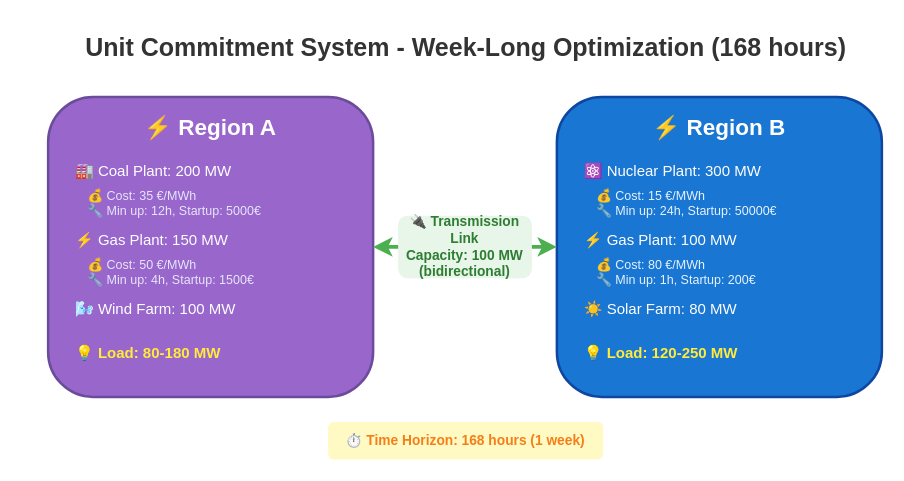
Above: doc/assets/2_Scheme_QSE2_Unit_Com_System.drawio in AntaresSimulatorTeam/GEMS (draw.io), before the change. Source tidied: cells renumbered, new cells numbered last; positions are measured from the earlier drawing's top-left corner, leaving out a move shared by most shapes. Both pictures are drawn from the tidied source at 125%, with x=0, y=0 at pixel (48, 21).
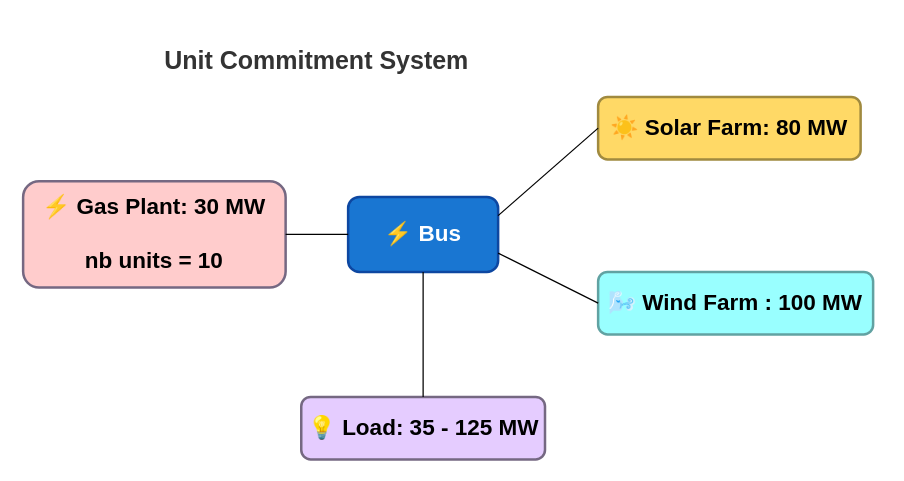
The same diagram, later.

Commit message (it also covers changes not shown here):
change problem definition scheme - use new emoji and color

The edit, as a diff of the source:
```diff
@@
-    <mxCell id="2" style="rounded=1;whiteSpace=wrap;html=1;fillColor=#9966CC;strokeColor=#6B4C9A;strokeWidth=2;fontSize=14;fontColor=#FFFFFF;" parent="1" vertex="1">
-      <mxGeometry y="60" width="260" height="240" as="geometry" />
-    </mxCell>
-    <mxCell id="3" value="⚡ Region A" style="text;html=1;strokeColor=none;fillColor=none;align=center;verticalAlign=middle;whiteSpace=wrap;rounded=0;fontSize=18;fontStyle=1;fontColor=#FFFFFF;" parent="1" vertex="1">
-      <mxGeometry y="70" width="260" height="30" as="geometry" />
-    </mxCell>
-    <mxCell id="4" value="🏭 Coal Plant: 200 MW" style="text;html=1;strokeColor=none;fillColor=none;align=left;verticalAlign=middle;whiteSpace=wrap;rounded=0;fontSize=12;fontColor=#FFFFFF;fontStyle=0;" parent="1" vertex="1">
-      <mxGeometry x="20" y="110" width="220" height="20" as="geometry" />
-    </mxCell>
-    <mxCell id="5" value="💰 Cost: 35 €/MWh&#10;🔧 Min up: 12h, Startup: 5000€" style="text;html=1;strokeColor=none;fillColor=none;align=left;verticalAlign=middle;whiteSpace=wrap;rounded=0;fontSize=10;fontColor=#E6E6FA;" parent="1" vertex="1">
-      <mxGeometry x="30" y="130" width="220" height="30" as="geometry" />
-    </mxCell>
-    <mxCell id="6" value="⚡ Gas Plant: 150 MW" style="text;html=1;strokeColor=none;fillColor=none;align=left;verticalAlign=middle;whiteSpace=wrap;rounded=0;fontSize=12;fontColor=#FFFFFF;fontStyle=0;" parent="1" vertex="1">
-      <mxGeometry x="20" y="165" width="220" height="20" as="geometry" />
-    </mxCell>
-    <mxCell id="7" value="💰 Cost: 50 €/MWh&#10;🔧 Min up: 4h, Startup: 1500€" style="text;html=1;strokeColor=none;fillColor=none;align=left;verticalAlign=middle;whiteSpace=wrap;rounded=0;fontSize=10;fontColor=#E6E6FA;" parent="1" vertex="1">
-      <mxGeometry x="30" y="185" width="220" height="30" as="geometry" />
-    </mxCell>
-    <mxCell id="8" value="🌬️ Wind Farm: 100 MW" style="text;html=1;strokeColor=none;fillColor=none;align=left;verticalAlign=middle;whiteSpace=wrap;rounded=0;fontSize=12;fontColor=#FFFFFF;fontStyle=0;" parent="1" vertex="1">
-      <mxGeometry x="20" y="220" width="220" height="20" as="geometry" />
-    </mxCell>
-    <mxCell id="9" value="💡 Load: 80-180 MW" style="text;html=1;strokeColor=none;fillColor=none;align=left;verticalAlign=middle;whiteSpace=wrap;rounded=0;fontSize=12;fontColor=#FFEB3B;fontStyle=1;" parent="1" vertex="1">
-      <mxGeometry x="20" y="250" width="220" height="30" as="geometry" />
-    </mxCell>
+    <mxCell id="16" value="&lt;b style=&quot;color: rgb(0, 0, 0); font-size: 18px; text-align: left;&quot;&gt;☀️ Solar Farm: 80 MW&lt;/b&gt;" style="rounded=1;whiteSpace=wrap;html=1;fillColor=#FFD966;strokeColor=#A08A3F;strokeWidth=2;fontSize=14;fontColor=#FFFFFF;" parent="1" vertex="1">
+      <mxGeometry x="440" y="60" width="210" height="50" as="geometry" />
+    </mxCell>
-    <mxCell id="10" style="rounded=1;whiteSpace=wrap;html=1;fillColor=#1976D2;strokeColor=#0D47A1;strokeWidth=2;fontSize=14;fontColor=#FFFFFF;" parent="1" vertex="1">
-      <mxGeometry x="407" y="60" width="260" height="240" as="geometry" />
+    <mxCell id="10" value="&lt;span style=&quot;font-size: 18px; font-weight: 700;&quot;&gt;⚡ Bus&lt;/span&gt;" style="rounded=1;whiteSpace=wrap;html=1;fillColor=#1976D2;strokeColor=#0D47A1;strokeWidth=2;fontSize=14;fontColor=#FFFFFF;" parent="1" vertex="1">
+      <mxGeometry x="240" y="140" width="120" height="60" as="geometry" />
     </mxCell>
-    <mxCell id="11" value="⚡ Region B" style="text;html=1;strokeColor=none;fillColor=none;align=center;verticalAlign=middle;whiteSpace=wrap;rounded=0;fontSize=18;fontStyle=1;fontColor=#FFFFFF;" parent="1" vertex="1">
-      <mxGeometry x="407" y="70" width="260" height="30" as="geometry" />
-    </mxCell>
-    <mxCell id="12" value="⚛️ Nuclear Plant: 300 MW" style="text;html=1;strokeColor=none;fillColor=none;align=left;verticalAlign=middle;whiteSpace=wrap;rounded=0;fontSize=12;fontColor=#FFFFFF;fontStyle=0;" parent="1" vertex="1">
-      <mxGeometry x="427" y="110" width="220" height="20" as="geometry" />
-    </mxCell>
-    <mxCell id="13" value="💰 Cost: 15 €/MWh&#10;🔧 Min up: 24h, Startup: 50000€" style="text;html=1;strokeColor=none;fillColor=none;align=left;verticalAlign=middle;whiteSpace=wrap;rounded=0;fontSize=10;fontColor=#E6F3FF;" parent="1" vertex="1">
-      <mxGeometry x="437" y="130" width="220" height="30" as="geometry" />
-    </mxCell>
-    <mxCell id="14" value="⚡ Gas Plant: 100 MW" style="text;html=1;strokeColor=none;fillColor=none;align=left;verticalAlign=middle;whiteSpace=wrap;rounded=0;fontSize=12;fontColor=#FFFFFF;fontStyle=0;" parent="1" vertex="1">
-      <mxGeometry x="427" y="165" width="220" height="20" as="geometry" />
-    </mxCell>
-    <mxCell id="15" value="💰 Cost: 80 €/MWh&#10;🔧 Min up: 1h, Startup: 200€" style="text;html=1;strokeColor=none;fillColor=none;align=left;verticalAlign=middle;whiteSpace=wrap;rounded=0;fontSize=10;fontColor=#E6F3FF;" parent="1" vertex="1">
-      <mxGeometry x="437" y="185" width="220" height="30" as="geometry" />
-    </mxCell>
-    <mxCell id="16" value="☀️ Solar Farm: 80 MW" style="text;html=1;strokeColor=none;fillColor=none;align=left;verticalAlign=middle;whiteSpace=wrap;rounded=0;fontSize=12;fontColor=#FFFFFF;fontStyle=0;" parent="1" vertex="1">
-      <mxGeometry x="427" y="220" width="220" height="20" as="geometry" />
-    </mxCell>
-    <mxCell id="17" value="💡 Load: 120-250 MW" style="text;html=1;strokeColor=none;fillColor=none;align=left;verticalAlign=middle;whiteSpace=wrap;rounded=0;fontSize=12;fontColor=#FFEB3B;fontStyle=1;" parent="1" vertex="1">
-      <mxGeometry x="427" y="250" width="220" height="30" as="geometry" />
-    </mxCell>
-    <mxCell id="18" style="endArrow=classic;startArrow=classic;html=1;strokeWidth=3;strokeColor=#4CAF50;exitX=1;exitY=0.5;exitDx=0;exitDy=0;entryX=0;entryY=0.5;entryDx=0;entryDy=0;" parent="1" edge="1" source="2" target="10">
-      <mxGeometry relative="1" as="geometry" />
-    </mxCell>
-    <mxCell id="19" value="🔌 Transmission Link&#10;Capacity: 100 MW (bidirectional)" style="text;html=1;strokeColor=none;fillColor=#E8F5E9;align=center;verticalAlign=middle;whiteSpace=wrap;rounded=1;fontSize=11;fontStyle=1;fontColor=#2E7D32;" parent="1" vertex="1">
-      <mxGeometry x="280" y="155" width="107" height="50" as="geometry" />
-    </mxCell>
-    <mxCell id="20" value="Unit Commitment System - Week-Long Optimization (168 hours)" style="text;html=1;strokeColor=none;fillColor=none;align=center;verticalAlign=middle;whiteSpace=wrap;rounded=0;fontSize=20;fontStyle=1;fontColor=#333333;" parent="1" vertex="1">
-      <mxGeometry x="0.5" width="667" height="40" as="geometry" />
+    <mxCell id="20" value="Unit Commitment System" style="text;html=1;strokeColor=none;fillColor=none;align=center;verticalAlign=middle;whiteSpace=wrap;rounded=0;fontSize=20;fontStyle=1;fontColor=#333333;" parent="1" vertex="1">
+      <mxGeometry x="80" y="10" width="270" height="40" as="geometry" />
     </mxCell>
-    <mxCell id="21" value="⏱️ Time Horizon: 168 hours (1 week)" style="text;html=1;strokeColor=none;fillColor=#FFF9C4;align=center;verticalAlign=middle;whiteSpace=wrap;rounded=1;fontSize=11;fontStyle=1;fontColor=#F57F17;" parent="1" vertex="1">
-      <mxGeometry x="224" y="320" width="220" height="30" as="geometry" />
-    </mxCell>
+    <mxCell id="22" style="group;" parent="1" vertex="1">
+      <mxGeometry x="202.5" y="300" width="195" height="50" as="geometry" />
+    </mxCell>
+    <mxCell id="23" value="&lt;span style=&quot;color: rgb(0, 0, 0); font-size: 18px; font-weight: 700; text-align: left;&quot;&gt;💡 Load: 35 - 125 MW&lt;/span&gt;" style="rounded=1;whiteSpace=wrap;html=1;fillColor=#E5CCFF;strokeColor=#756882;strokeWidth=2;fontSize=14;fontColor=#FFFFFF;" parent="22" vertex="1">
+      <mxGeometry width="195" height="50" as="geometry" />
+    </mxCell>
+    <mxCell id="24" style="group;fillColor=none;" parent="1" vertex="1">
+      <mxGeometry x="440" y="200" width="220" height="50" as="geometry" />
+    </mxCell>
+    <mxCell id="25" value="&lt;b style=&quot;color: rgb(0, 0, 0); font-size: 18px;&quot;&gt;🌬️ Wind Farm : 100 MW&lt;/b&gt;" style="rounded=1;whiteSpace=wrap;html=1;fillColor=#99FFFF;strokeColor=#61A2A2;strokeWidth=2;fontSize=14;fontColor=#FFFFFF;" parent="24" vertex="1">
+      <mxGeometry width="220" height="50" as="geometry" />
+    </mxCell>
+    <mxCell id="26" style="group;" parent="1" vertex="1">
+      <mxGeometry x="-20" y="127.5" width="210" height="85" as="geometry" />
+    </mxCell>
+    <mxCell id="27" value="&lt;font style=&quot;font-size: 18px; color: rgb(0, 0, 0);&quot;&gt;&lt;b&gt;⚡ Gas Plant: 30 MW&lt;/b&gt;&lt;/font&gt;&lt;div style=&quot;font-size: 18px;&quot;&gt;&lt;font style=&quot;color: rgb(0, 0, 0);&quot;&gt;&lt;b&gt;&lt;br&gt;&lt;/b&gt;&lt;/font&gt;&lt;/div&gt;&lt;div style=&quot;font-size: 18px;&quot;&gt;&lt;font style=&quot;color: rgb(0, 0, 0);&quot;&gt;&lt;b&gt;nb units = 10&lt;/b&gt;&lt;/font&gt;&lt;/div&gt;" style="rounded=1;whiteSpace=wrap;html=1;fillColor=#FFCCCC;strokeColor=#756882;strokeWidth=2;fontSize=14;fontColor=#FFFFFF;" parent="26" vertex="1">
+      <mxGeometry width="210" height="85" as="geometry" />
+    </mxCell>
+    <mxCell id="28" style="endArrow=none;html=1;rounded=0;entryX=0;entryY=0.5;entryDx=0;entryDy=0;exitX=1;exitY=0.5;exitDx=0;exitDy=0;" parent="1" edge="1" source="27" target="10">
+      <mxGeometry relative="1" as="geometry" />
+    </mxCell>
+    <mxCell id="29" style="endArrow=none;html=1;rounded=0;entryX=0;entryY=0.5;entryDx=0;entryDy=0;exitX=1;exitY=0.25;exitDx=0;exitDy=0;" parent="1" edge="1" source="10" target="16">
+      <mxGeometry relative="1" as="geometry" />
+    </mxCell>
+    <mxCell id="30" style="endArrow=none;html=1;rounded=0;entryX=0;entryY=0.5;entryDx=0;entryDy=0;exitX=1;exitY=0.75;exitDx=0;exitDy=0;" parent="1" edge="1" source="10" target="25">
+      <mxGeometry relative="1" as="geometry" />
+    </mxCell>
+    <mxCell id="31" style="endArrow=none;html=1;rounded=0;entryX=0.5;entryY=0;entryDx=0;entryDy=0;exitX=0.5;exitY=1;exitDx=0;exitDy=0;" parent="1" edge="1" source="10" target="23">
+      <mxGeometry relative="1" as="geometry" />
+    </mxCell>
```
